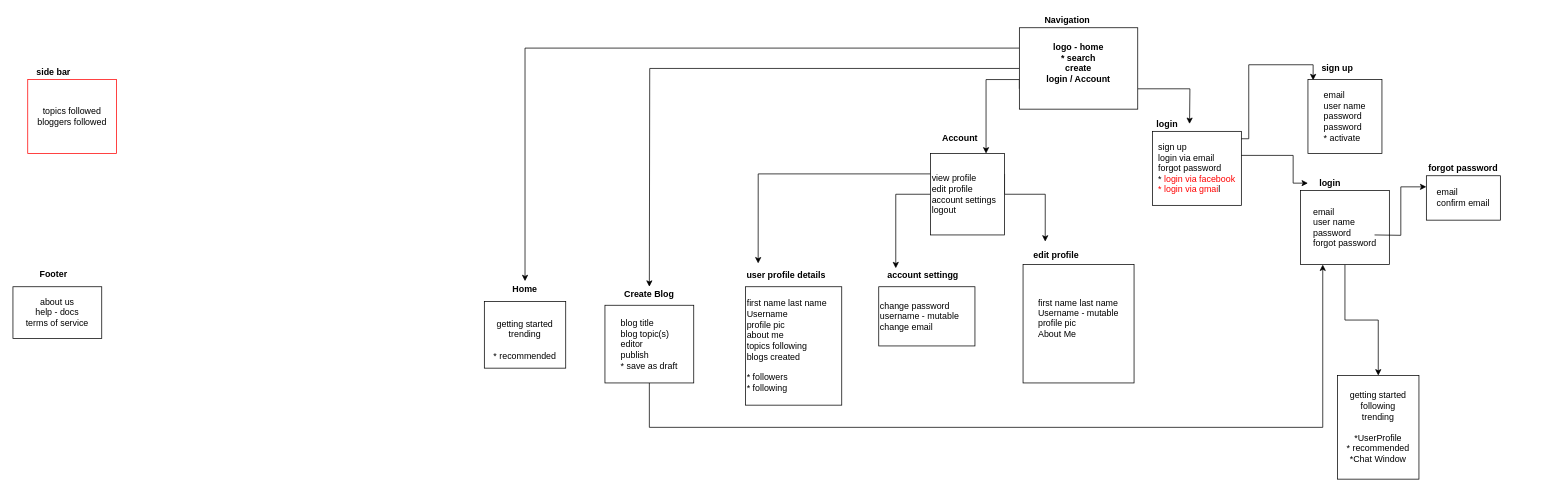
The draw.io diagram doc/first_Diagram.drawio in NikhilistRaj/blog-web-app, before the edit. Source tidied: cells renumbered, new cells numbered last; positions are measured from the earlier drawing's top-left corner, leaving out a move shared by most shapes. Both pictures are drawn from the tidied source at 74%, with x=0, y=0 at pixel (13, 13).
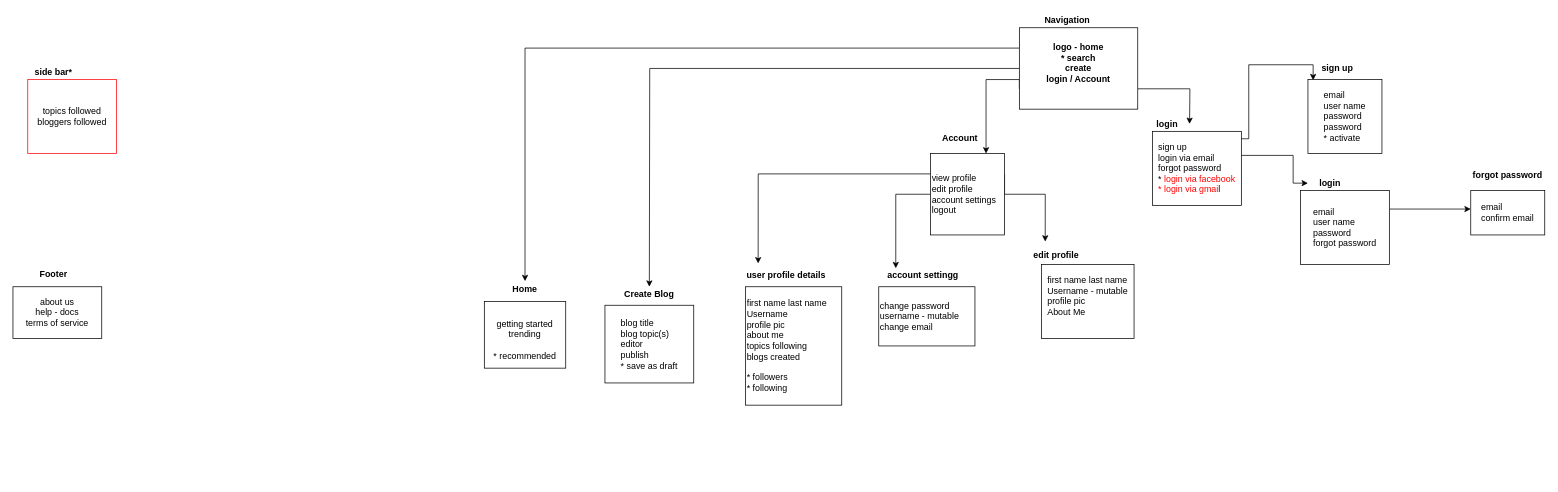
The same page after the edit.

Unchanged cells that the change refers to:
```xml
<mxCell id="23" value="&lt;div align=&quot;left&quot;&gt;blog title&lt;/div&gt;&lt;div align=&quot;left&quot;&gt;blog topic(s)&lt;/div&gt;&lt;div align=&quot;left&quot;&gt;editor&lt;/div&gt;&lt;div align=&quot;left&quot;&gt;publish&lt;br&gt;&lt;/div&gt;&lt;div align=&quot;left&quot;&gt;* save as draft&lt;br&gt;&lt;/div&gt;" style="rounded=0;whiteSpace=wrap;html=1;align=center;" parent="1" vertex="1">
  <mxGeometry x="800" y="395" width="120" height="105" as="geometry" />
</mxCell>
<mxCell id="30" value="&lt;div align=&quot;left&quot;&gt;email&lt;/div&gt;&lt;div align=&quot;left&quot;&gt;user name&lt;/div&gt;&lt;div align=&quot;left&quot;&gt;password&lt;/div&gt;&lt;div align=&quot;left&quot;&gt;forgot password&lt;br&gt;&lt;/div&gt;" style="rounded=0;whiteSpace=wrap;html=1;" parent="1" vertex="1">
  <mxGeometry x="1740" y="240" width="120" height="100" as="geometry" />
</mxCell>
```

The edit, as a diff of the source:
```diff
@@
     <mxCell id="18" value="&lt;div align=&quot;left&quot;&gt;first name last name&lt;br&gt;&lt;/div&gt;&lt;div align=&quot;left&quot;&gt;Username - mutable&lt;br&gt;&lt;/div&gt;&lt;div align=&quot;left&quot;&gt;profile pic&lt;/div&gt;&lt;div align=&quot;left&quot;&gt;About Me&lt;br&gt;&lt;/div&gt;&lt;div align=&quot;left&quot;&gt;&lt;br&gt;&lt;/div&gt;" style="rounded=0;whiteSpace=wrap;html=1;align=center;" parent="1" vertex="1">
-      <mxGeometry x="1365" y="340" width="150" height="160" as="geometry" />
+      <mxGeometry x="1390" y="340" width="125" height="100" as="geometry" />
     </mxCell>
@@
-    <mxCell id="22" style="edgeStyle=orthogonalEdgeStyle;rounded=0;jettySize=auto;html=1;exitX=0.5;exitY=1;exitDx=0;exitDy=0;entryX=0.25;entryY=1;entryDx=0;entryDy=0;" parent="1" edge="1" source="23" target="30">
-      <mxGeometry relative="1" as="geometry">
-        <Array as="points">
-          <mxPoint x="860" y="560" />
-          <mxPoint x="1770" y="560" />
-        </Array>
-      </mxGeometry>
-    </mxCell>
@@
-    <mxCell id="29" style="edgeStyle=orthogonalEdgeStyle;rounded=0;jettySize=auto;html=1;exitX=0.5;exitY=1;exitDx=0;exitDy=0;entryX=0.5;entryY=0;entryDx=0;entryDy=0;" parent="1" edge="1" source="30" target="40">
-      <mxGeometry relative="1" as="geometry" />
-    </mxCell>
+    <mxCell id="41" style="edgeStyle=orthogonalEdgeStyle;rounded=0;jettySize=auto;html=1;exitX=1;exitY=0.25;exitDx=0;exitDy=0;" parent="1" edge="1" source="30">
+      <mxGeometry relative="1" as="geometry">
+        <mxPoint x="1970" y="265" as="targetPoint" />
+      </mxGeometry>
+    </mxCell>
@@
-    <mxCell id="31" style="edgeStyle=orthogonalEdgeStyle;rounded=0;jettySize=auto;html=1;exitX=1;exitY=0.75;exitDx=0;exitDy=0;entryX=0;entryY=0.25;entryDx=0;entryDy=0;" parent="1" edge="1" target="32">
-      <mxGeometry relative="1" as="geometry">
-        <mxPoint x="1840" y="300" as="sourcePoint" />
-      </mxGeometry>
-    </mxCell>
     <mxCell id="32" value="&lt;div align=&quot;left&quot;&gt;email&lt;/div&gt;&lt;div align=&quot;left&quot;&gt;confirm email&lt;br&gt;&lt;/div&gt;" style="rounded=0;whiteSpace=wrap;html=1;" parent="1" vertex="1">
-      <mxGeometry x="1910" y="220" width="100" height="60" as="geometry" />
+      <mxGeometry x="1970" y="240" width="100" height="60" as="geometry" />
     </mxCell>
     <mxCell id="33" value="&lt;b&gt;forgot password&lt;/b&gt;" style="text;html=1;strokeColor=none;fillColor=none;align=center;verticalAlign=middle;whiteSpace=wrap;rounded=0;" parent="1" vertex="1">
-      <mxGeometry x="1910" y="200" width="100" height="20" as="geometry" />
+      <mxGeometry x="1970" y="210" width="100" height="20" as="geometry" />
     </mxCell>
@@
-    <mxCell id="35" value="&lt;b&gt;side bar&lt;/b&gt;" style="text;html=1;strokeColor=none;fillColor=none;align=center;verticalAlign=middle;whiteSpace=wrap;rounded=0;" parent="1" vertex="1">
+    <mxCell id="35" value="&lt;b&gt;side bar*&lt;/b&gt;" style="text;html=1;strokeColor=none;fillColor=none;align=center;verticalAlign=middle;whiteSpace=wrap;rounded=0;" parent="1" vertex="1">
       <mxGeometry x="20" y="70" width="70" height="20" as="geometry" />
     </mxCell>
@@
-    <mxCell id="40" value="&lt;div&gt;&lt;br&gt;&lt;/div&gt;&lt;div&gt;getting started&lt;br&gt;&lt;/div&gt;&lt;div&gt;following&lt;/div&gt;&lt;div&gt;trending&lt;br&gt;&lt;/div&gt;&lt;div&gt;&lt;br&gt;&lt;/div&gt;&lt;div&gt;*UserProfile&lt;/div&gt;&lt;div&gt;* recommended&lt;/div&gt;&lt;div&gt;*Chat Window&lt;/div&gt;&lt;div&gt;&lt;br&gt;&lt;/div&gt;" style="rounded=0;whiteSpace=wrap;html=1;align=center;" parent="1" vertex="1">
-      <mxGeometry x="1790" y="490" width="110" height="140" as="geometry" />
-    </mxCell>
```
